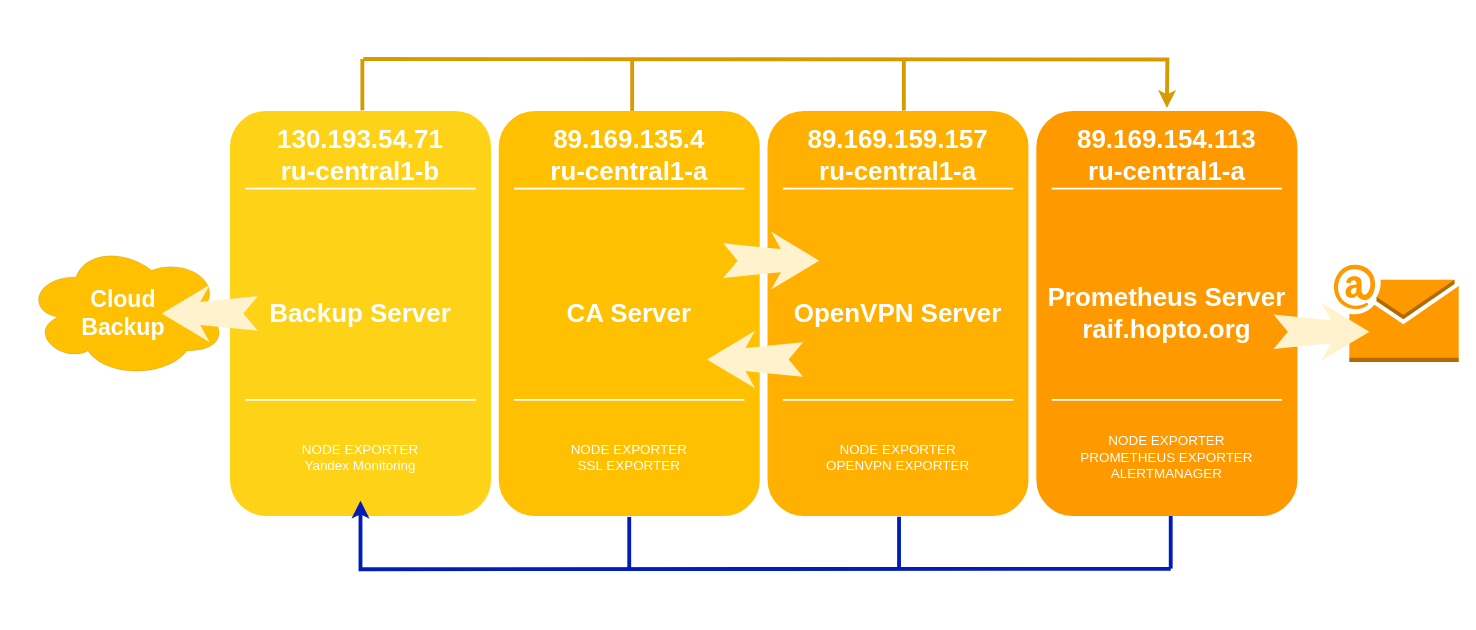
Earlier version of the draw.io diagram схема_инфраструктуры.drawio (RaifSpace/raif-devops). Source tidied: cells renumbered, new cells numbered last; positions are measured from the earlier drawing's top-left corner, leaving out a move shared by most shapes. Both pictures are drawn from the tidied source at 96%, with x=0, y=0 at pixel (16, 58).
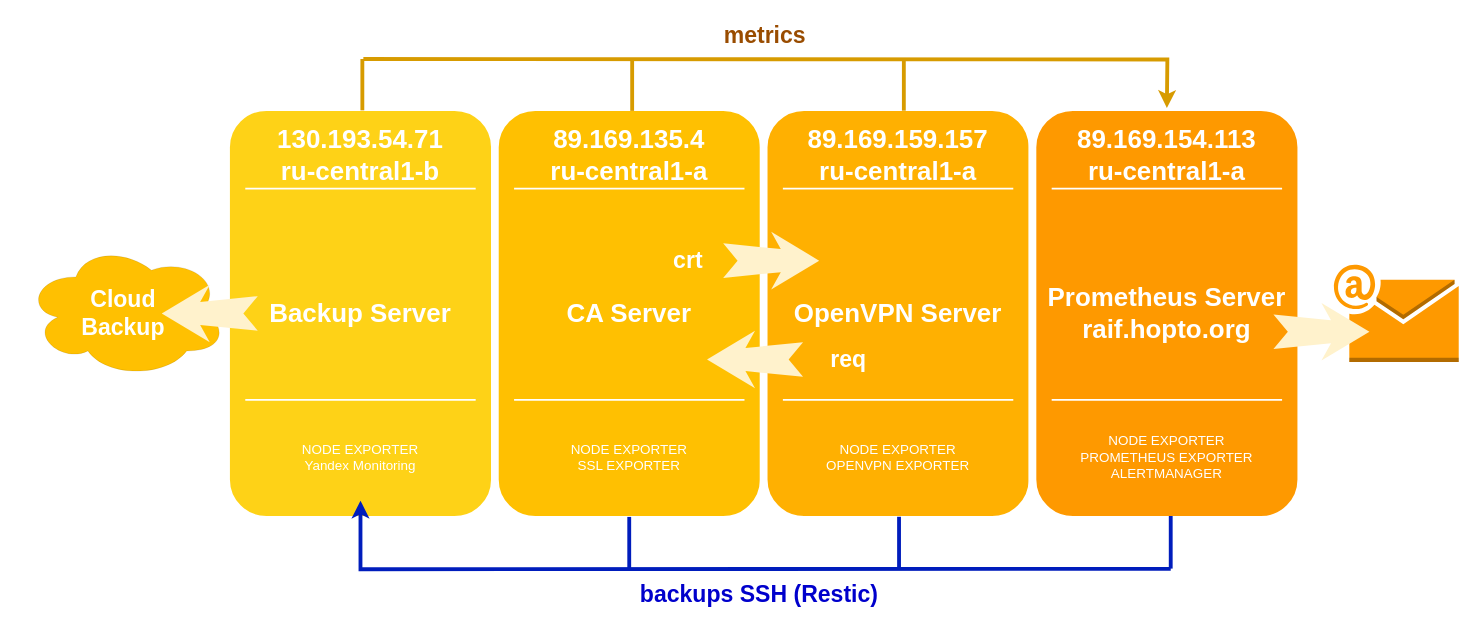
Above is the later version.

Change to the diagram source:
```diff
@@
+    <mxCell id="42" value="&lt;font style=&quot;font-size: 24px;&quot;&gt;&lt;b&gt;backups SSH (Restic)&lt;/b&gt;&lt;/font&gt;" style="text;html=1;align=center;verticalAlign=middle;strokeColor=none;fillColor=none;strokeWidth=4;fontColor=#0000CC;" parent="1" vertex="1">
+      <mxGeometry x="638" y="539" width="270" height="40" as="geometry" />
+    </mxCell>
+    <mxCell id="43" value="&lt;font style=&quot;font-size: 24px; color: rgb(153, 76, 0);&quot;&gt;&lt;b style=&quot;&quot;&gt;metrics&lt;/b&gt;&lt;/font&gt;" style="text;html=1;align=center;verticalAlign=middle;strokeColor=none;fillColor=none;" parent="1" vertex="1">
+      <mxGeometry x="724" y="-43" width="110" height="40" as="geometry" />
+    </mxCell>
+    <mxCell id="44" value="&lt;font style=&quot;font-size: 24px;&quot;&gt;&lt;b&gt;req&lt;/b&gt;&lt;/font&gt;" style="text;html=1;align=center;verticalAlign=middle;strokeColor=none;fillColor=none;fontColor=#FFFFFF;" parent="1" vertex="1">
+      <mxGeometry x="835.8" y="294" width="60" height="40" as="geometry" />
+    </mxCell>
+    <mxCell id="45" value="&lt;font style=&quot;font-size: 24px;&quot;&gt;&lt;b&gt;crt&lt;/b&gt;&lt;/font&gt;" style="text;html=1;align=center;verticalAlign=middle;strokeColor=none;fillColor=none;fontColor=#FFFFFF;" parent="1" vertex="1">
+      <mxGeometry x="674" y="191" width="50" height="40" as="geometry" />
+    </mxCell>
```
